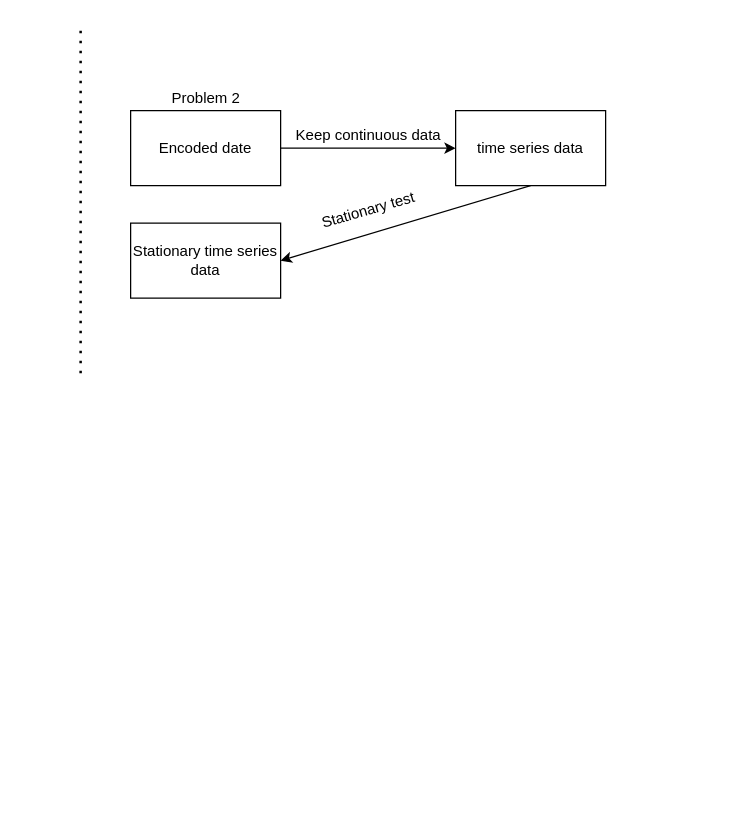
This is Untitled Diagram.drawio from whuWHX/MS, a draw.io file, before an edit. Source tidied: cells renumbered, new cells numbered last; positions are measured from the earlier drawing's top-left corner, leaving out a move shared by most shapes. Both pictures are drawn from the tidied source at 125%, with x=0, y=0 at pixel (80, 22).
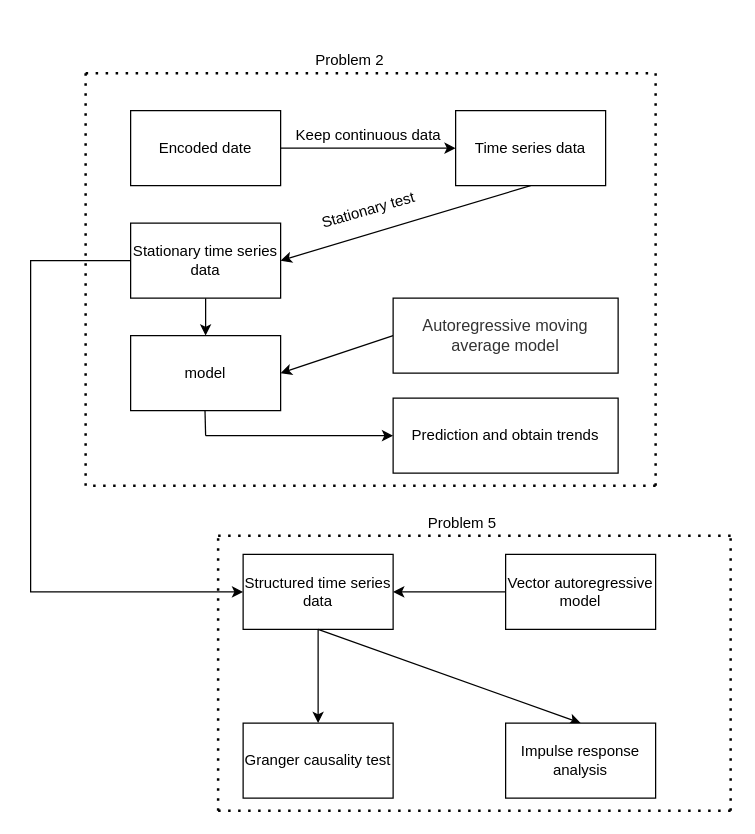
After the change.

Unchanged cells that the change refers to:
```xml
<mxCell id="9" value="Stationary time series data" style="rounded=0;whiteSpace=wrap;html=1;" parent="1" vertex="1">
  <mxGeometry x="40" y="160" width="120" height="60" as="geometry" />
</mxCell>
```

Diff of the diagram source:
```diff
@@
     <mxCell id="3" value="Problem 2" style="text;html=1;align=center;verticalAlign=middle;fillColor=none;strokeColor=none;rounded=0;" parent="1" vertex="1">
-      <mxGeometry x="65" y="50" width="70" height="20" as="geometry" />
+      <mxGeometry x="180" y="20" width="70" height="20" as="geometry" />
     </mxCell>
     <mxCell id="4" style="endArrow=none;dashed=1;html=1;dashPattern=1 3;strokeWidth=2;rounded=0;" parent="1" edge="1">
       <mxGeometry relative="1" as="geometry">
-        <mxPoint y="280" as="sourcePoint" />
-        <mxPoint as="targetPoint" />
+        <mxPoint x="4" y="370" as="sourcePoint" />
+        <mxPoint x="4" y="40" as="targetPoint" />
       </mxGeometry>
     </mxCell>
@@
-    <mxCell id="7" value="time series data" style="rounded=0;whiteSpace=wrap;html=1;" parent="1" vertex="1">
+    <mxCell id="7" value="Time series data" style="rounded=0;whiteSpace=wrap;html=1;" parent="1" vertex="1">
       <mxGeometry x="300" y="70" width="120" height="60" as="geometry" />
     </mxCell>
@@
+    <mxCell id="11" style="edgeStyle=orthogonalEdgeStyle;rounded=0;jettySize=auto;html=1;" parent="1" edge="1" source="9">
+      <mxGeometry relative="1" as="geometry">
+        <mxPoint x="100" y="250" as="targetPoint" />
+      </mxGeometry>
+    </mxCell>
+    <mxCell id="12" style="edgeStyle=orthogonalEdgeStyle;rounded=0;jettySize=auto;html=1;entryX=0;entryY=0.5;entryDx=0;entryDy=0;" parent="1" edge="1" source="9" target="27">
+      <mxGeometry relative="1" as="geometry">
+        <Array as="points">
+          <mxPoint x="-40" y="190" />
+          <mxPoint x="-40" y="455" />
+        </Array>
+      </mxGeometry>
+    </mxCell>
@@
+    <mxCell id="13" style="endArrow=classic;html=1;rounded=0;entryX=1;entryY=0.5;entryDx=0;entryDy=0;exitX=0;exitY=0.5;exitDx=0;exitDy=0;" parent="1" edge="1" source="15" target="14">
+      <mxGeometry relative="1" as="geometry" />
+    </mxCell>
+    <mxCell id="14" value="model" style="rounded=0;whiteSpace=wrap;html=1;" parent="1" vertex="1">
+      <mxGeometry x="40" y="250" width="120" height="60" as="geometry" />
+    </mxCell>
+    <mxCell id="15" value="&lt;span style=&quot;color: rgb(51 , 51 , 51) ; font-family: &amp;#34;arial&amp;#34; , sans-serif ; font-size: 13px ; background-color: rgb(255 , 255 , 255)&quot;&gt;Autoregressive moving average model&lt;/span&gt;" style="rounded=0;whiteSpace=wrap;html=1;" parent="1" vertex="1">
+      <mxGeometry x="250" y="220" width="180" height="60" as="geometry" />
+    </mxCell>
+    <mxCell id="16" style="endArrow=none;dashed=1;html=1;dashPattern=1 3;strokeWidth=2;rounded=0;" parent="1" edge="1">
+      <mxGeometry relative="1" as="geometry">
+        <mxPoint x="4" y="40" as="sourcePoint" />
+        <mxPoint x="460" y="40" as="targetPoint" />
+      </mxGeometry>
+    </mxCell>
+    <mxCell id="17" style="endArrow=none;dashed=1;html=1;dashPattern=1 3;strokeWidth=2;rounded=0;" parent="1" edge="1">
+      <mxGeometry relative="1" as="geometry">
+        <mxPoint x="460" y="370" as="sourcePoint" />
+        <mxPoint x="460" y="40" as="targetPoint" />
+      </mxGeometry>
+    </mxCell>
+    <mxCell id="18" style="endArrow=none;dashed=1;html=1;dashPattern=1 3;strokeWidth=2;rounded=0;" parent="1" edge="1">
+      <mxGeometry relative="1" as="geometry">
+        <mxPoint x="10" y="370" as="sourcePoint" />
+        <mxPoint x="460" y="370" as="targetPoint" />
+      </mxGeometry>
+    </mxCell>
+    <mxCell id="19" style="endArrow=none;html=1;rounded=0;" parent="1" edge="1">
+      <mxGeometry relative="1" as="geometry">
+        <mxPoint x="100" y="330" as="sourcePoint" />
+        <mxPoint x="99.5" y="310" as="targetPoint" />
+      </mxGeometry>
+    </mxCell>
+    <mxCell id="20" style="endArrow=classic;html=1;rounded=0;entryX=0;entryY=0.5;entryDx=0;entryDy=0;" parent="1" edge="1" target="21">
+      <mxGeometry relative="1" as="geometry">
+        <mxPoint x="100" y="330" as="sourcePoint" />
+      </mxGeometry>
+    </mxCell>
+    <mxCell id="21" value="Prediction and obtain trends" style="rounded=0;whiteSpace=wrap;html=1;" parent="1" vertex="1">
+      <mxGeometry x="250" y="300" width="180" height="60" as="geometry" />
+    </mxCell>
+    <mxCell id="22" style="endArrow=none;dashed=1;html=1;dashPattern=1 3;strokeWidth=2;rounded=0;" parent="1" edge="1">
+      <mxGeometry relative="1" as="geometry">
+        <mxPoint x="110" y="630" as="sourcePoint" />
+        <mxPoint x="110" y="410" as="targetPoint" />
+      </mxGeometry>
+    </mxCell>
+    <mxCell id="23" style="endArrow=none;dashed=1;html=1;dashPattern=1 3;strokeWidth=2;rounded=0;" parent="1" edge="1">
+      <mxGeometry relative="1" as="geometry">
+        <mxPoint x="110" y="410" as="sourcePoint" />
+        <mxPoint x="520" y="410" as="targetPoint" />
+      </mxGeometry>
+    </mxCell>
+    <mxCell id="24" style="endArrow=none;dashed=1;html=1;dashPattern=1 3;strokeWidth=2;rounded=0;" parent="1" edge="1">
+      <mxGeometry relative="1" as="geometry">
+        <mxPoint x="520" y="630" as="sourcePoint" />
+        <mxPoint x="520" y="410" as="targetPoint" />
+      </mxGeometry>
+    </mxCell>
+    <mxCell id="25" style="endArrow=none;dashed=1;html=1;dashPattern=1 3;strokeWidth=2;rounded=0;" parent="1" edge="1">
+      <mxGeometry relative="1" as="geometry">
+        <mxPoint x="110" y="630" as="sourcePoint" />
+        <mxPoint x="520" y="630" as="targetPoint" />
+      </mxGeometry>
+    </mxCell>
+    <mxCell id="26" style="edgeStyle=orthogonalEdgeStyle;rounded=0;jettySize=auto;html=1;" parent="1" edge="1" source="27">
+      <mxGeometry relative="1" as="geometry">
+        <mxPoint x="190" y="560" as="targetPoint" />
+      </mxGeometry>
+    </mxCell>
+    <mxCell id="27" value="Structured time series data" style="rounded=0;whiteSpace=wrap;html=1;" parent="1" vertex="1">
+      <mxGeometry x="130" y="425" width="120" height="60" as="geometry" />
+    </mxCell>
+    <mxCell id="28" style="edgeStyle=orthogonalEdgeStyle;rounded=0;jettySize=auto;html=1;entryX=1;entryY=0.5;entryDx=0;entryDy=0;" parent="1" edge="1" source="29" target="27">
+      <mxGeometry relative="1" as="geometry" />
+    </mxCell>
+    <mxCell id="29" value="Vector autoregressive model" style="rounded=0;whiteSpace=wrap;html=1;" parent="1" vertex="1">
+      <mxGeometry x="340" y="425" width="120" height="60" as="geometry" />
+    </mxCell>
+    <mxCell id="30" style="endArrow=classic;html=1;rounded=0;entryX=0.5;entryY=0;entryDx=0;entryDy=0;" parent="1" edge="1" target="32">
+      <mxGeometry relative="1" as="geometry">
+        <mxPoint x="190" y="485" as="sourcePoint" />
+      </mxGeometry>
+    </mxCell>
+    <mxCell id="31" value="Granger causality test" style="rounded=0;whiteSpace=wrap;html=1;" parent="1" vertex="1">
+      <mxGeometry x="130" y="560" width="120" height="60" as="geometry" />
+    </mxCell>
+    <mxCell id="32" value="Impulse response analysis" style="rounded=0;whiteSpace=wrap;html=1;" parent="1" vertex="1">
+      <mxGeometry x="340" y="560" width="120" height="60" as="geometry" />
+    </mxCell>
+    <mxCell id="33" value="Problem 5" style="text;html=1;align=center;verticalAlign=middle;fillColor=none;strokeColor=none;rounded=0;" parent="1" vertex="1">
+      <mxGeometry x="270" y="390" width="70" height="20" as="geometry" />
+    </mxCell>
```
